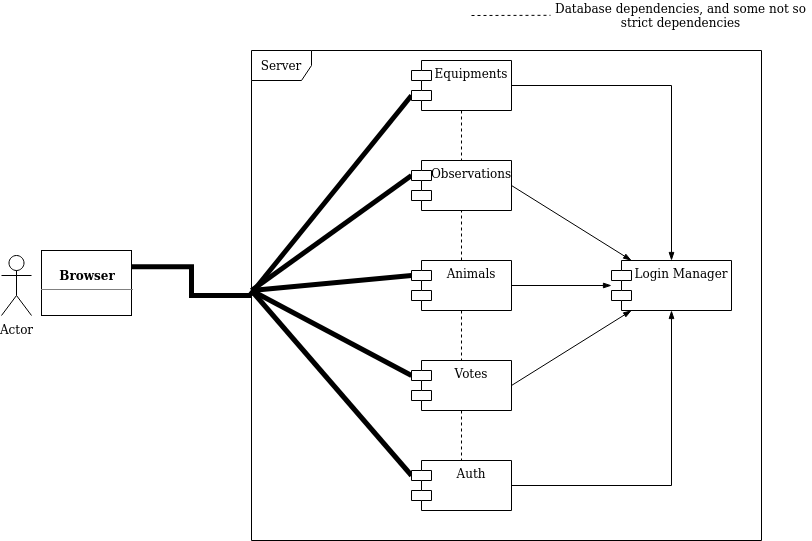
Earlier version of the draw.io export documentation/pictures/module_structure.png (LauriTahvanainen/GameTracker). Source tidied: cells renumbered, new cells last; positions are measured from the earlier drawing's top-left corner, leaving out a move shared by most shapes.
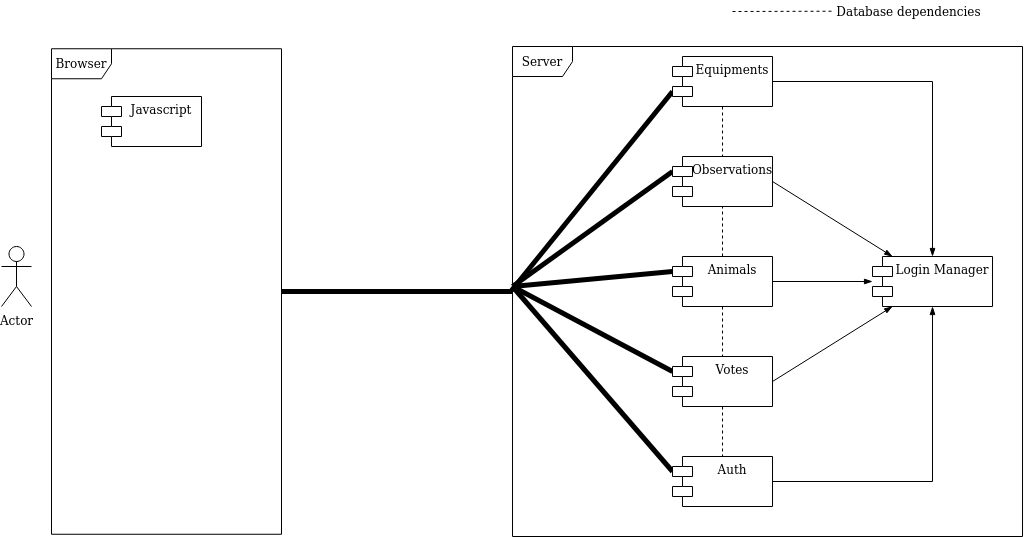
The same file after the commit.

Diff of the diagram source:
```diff
@@ -14,14 +14,11 @@
       <mxGeometry x="410" y="156" width="100" height="50" as="geometry" />
     </mxCell>
     <mxCell id="5" value="Actor" style="shape=umlActor;verticalLabelPosition=bottom;labelBackgroundColor=#ffffff;verticalAlign=top;html=1;" parent="1" vertex="1">
-      <mxGeometry y="251" width="30" height="60" as="geometry" />
+      <mxGeometry x="-261" y="246" width="30" height="60" as="geometry" />
     </mxCell>
-    <mxCell id="6" style="edgeStyle=orthogonalEdgeStyle;rounded=0;jettySize=auto;html=1;exitX=1;exitY=0.25;exitDx=0;exitDy=0;startArrow=none;startFill=0;endArrow=none;endFill=0;strokeWidth=5;" parent="1" edge="1" source="7" target="8">
+    <mxCell id="6" style="edgeStyle=orthogonalEdgeStyle;rounded=0;jettySize=auto;html=1;startArrow=none;startFill=0;endArrow=none;endFill=0;strokeWidth=5;" parent="1" edge="1" source="7" target="8">
       <mxGeometry relative="1" as="geometry" />
     </mxCell>
-    <mxCell id="7" value="&lt;p style=&quot;margin: 0px ; margin-top: 4px ; text-align: center&quot;&gt;&lt;br&gt;&lt;b&gt;Browser&lt;/b&gt;&lt;/p&gt;&lt;hr size=&quot;1&quot;&gt;" style="verticalAlign=top;align=left;overflow=fill;fontSize=12;fontFamily=Helvetica;html=1;" parent="1" vertex="1">
-      <mxGeometry x="40" y="246" width="90" height="65" as="geometry" />
-    </mxCell>
     <mxCell id="8" value="Server" style="shape=umlFrame;whiteSpace=wrap;html=1;" parent="1" vertex="1">
       <mxGeometry x="250" y="46" width="510" height="490" as="geometry" />
     </mxCell>
@@ -87,8 +84,14 @@
         <mxPoint x="470" y="11" as="sourcePoint" />
       </mxGeometry>
     </mxCell>
-    <mxCell id="27" value="Database dependencies, and some not so strict dependencies" style="text;html=1;strokeColor=none;fillColor=none;align=center;verticalAlign=middle;whiteSpace=wrap;rounded=0;" parent="1" vertex="1">
-      <mxGeometry x="549" y="0.5" width="261" height="20" as="geometry" />
+    <mxCell id="27" value="Database dependencies" style="text;html=1;strokeColor=none;fillColor=none;align=center;verticalAlign=middle;whiteSpace=wrap;rounded=0;" parent="1" vertex="1">
+      <mxGeometry x="570" y="0.5" width="153" height="20" as="geometry" />
     </mxCell>
+    <mxCell id="7" value="Browser" style="shape=umlFrame;whiteSpace=wrap;html=1;" parent="1" vertex="1">
+      <mxGeometry x="-211" y="48.2" width="230" height="485.5" as="geometry" />
+    </mxCell>
+    <mxCell id="28" value="Javascript" style="shape=module;align=left;spacingLeft=20;align=center;verticalAlign=top;" parent="1" vertex="1">
+      <mxGeometry x="-161" y="96" width="100" height="50" as="geometry" />
+    </mxCell>
   </root>
 </mxGraphModel>
```
